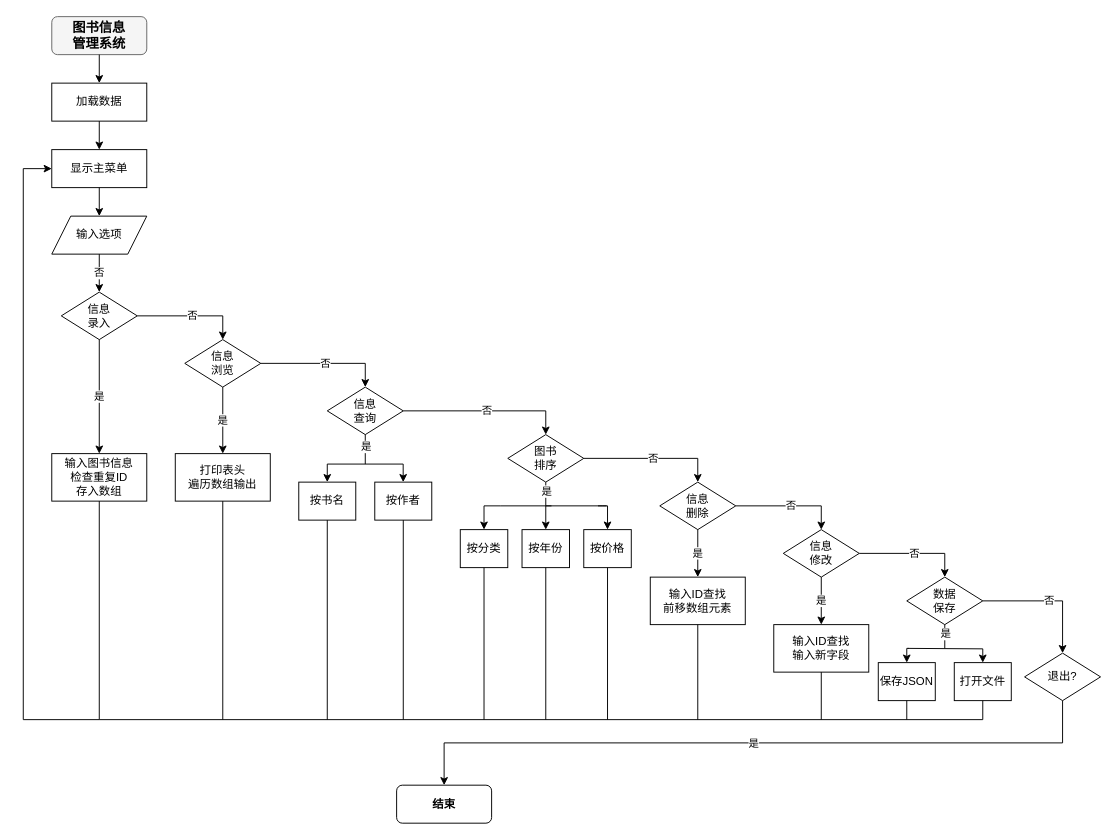
This is 系统流程图.drawio from Futureppo/Library-Information-Management-System, a draw.io file, before an edit. Source tidied: cells renumbered, new cells numbered last; positions are measured from the earlier drawing's top-left corner, leaving out a move shared by most shapes. Both pictures are drawn from the tidied source at 95%, with x=0, y=0 at pixel (23, 16).
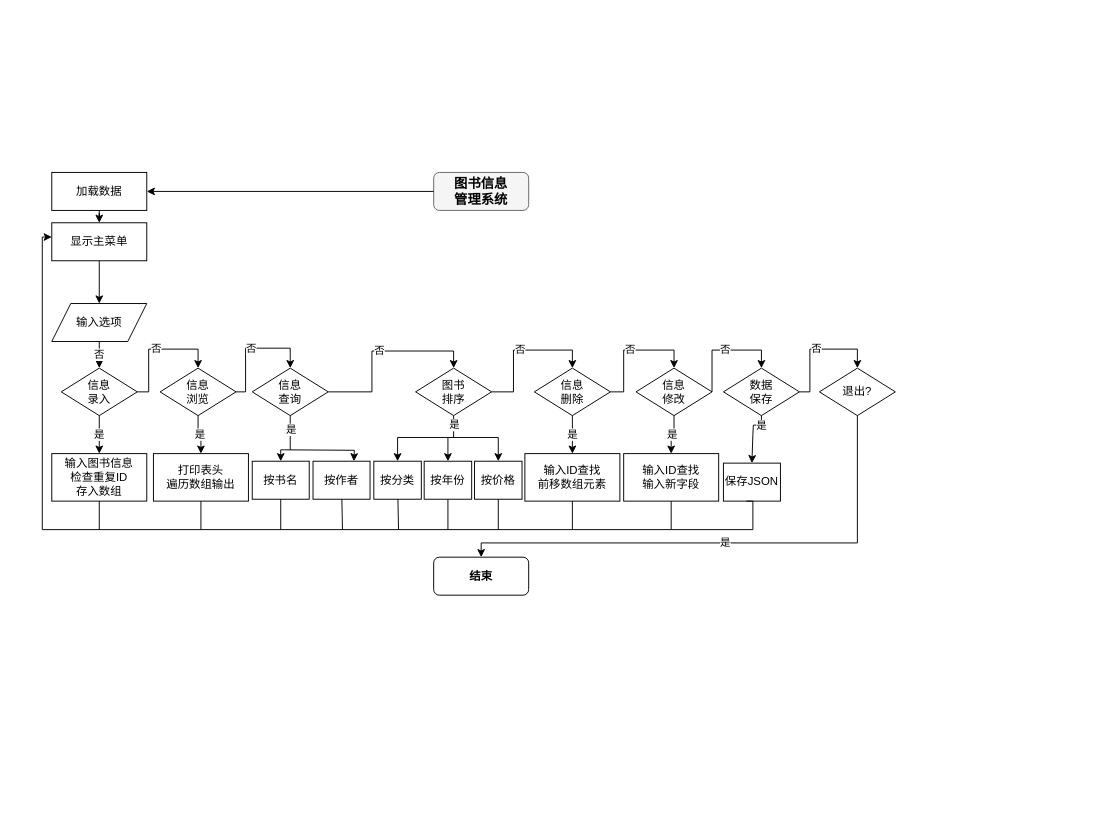
After the change.

Commit message:
Update 系统流程图.drawio

The change refers to these unchanged cells:
```xml
<mxCell id="25" value="输入图书信息&#10;检查重复ID&#10;存入数组" style="rounded=0;whiteSpace=wrap;html=1;" parent="1" vertex="1">
  <mxGeometry x="30" y="460" width="100" height="50" as="geometry" />
</mxCell>
```

Diff of the diagram source:
```diff
@@
     <mxCell id="2" value="&lt;span style=&quot;color: rgb(0, 0, 0); font-size: 14px;&quot;&gt;图书信息&lt;/span&gt;&lt;br style=&quot;color: rgb(63, 63, 63); scrollbar-color: rgb(226, 226, 226) rgb(251, 251, 251); font-size: 14px;&quot;&gt;&lt;span style=&quot;color: rgb(0, 0, 0); font-size: 14px;&quot;&gt;管理系统&lt;/span&gt;" style="rounded=1;whiteSpace=wrap;html=1;fillColor=#f5f5f5;strokeColor=#666666;fontStyle=1;" parent="1" vertex="1">
-      <mxGeometry x="30" width="100" height="40" as="geometry" />
+      <mxGeometry x="432" y="164" width="100" height="40" as="geometry" />
     </mxCell>
     <mxCell id="3" value="加载数据" style="rounded=0;whiteSpace=wrap;html=1;" parent="1" vertex="1">
-      <mxGeometry x="30" y="70" width="100" height="40" as="geometry" />
+      <mxGeometry x="30" y="164" width="100" height="40" as="geometry" />
     </mxCell>
     <mxCell id="4" value="显示主菜单" style="rounded=0;whiteSpace=wrap;html=1;" parent="1" vertex="1">
-      <mxGeometry x="30" y="140" width="100" height="40" as="geometry" />
+      <mxGeometry x="30" y="217" width="100" height="40" as="geometry" />
     </mxCell>
     <mxCell id="5" value="输入选项" style="shape=parallelogram;perimeter=parallelogramPerimeter;whiteSpace=wrap;html=1;fixedSize=1;" parent="1" vertex="1">
-      <mxGeometry x="30" y="210" width="100" height="40" as="geometry" />
+      <mxGeometry x="30" y="302" width="100" height="40" as="geometry" />
     </mxCell>
@@
     <mxCell id="9" value="&lt;span style=&quot;color: rgb(0, 0, 0);&quot;&gt;信息&lt;/span&gt;&lt;br style=&quot;color: rgb(63, 63, 63); scrollbar-color: rgb(226, 226, 226) rgb(251, 251, 251);&quot;&gt;&lt;span style=&quot;color: rgb(0, 0, 0);&quot;&gt;录入&lt;/span&gt;" style="rhombus;whiteSpace=wrap;html=1;" parent="1" vertex="1">
-      <mxGeometry x="40" y="290" width="80" height="50" as="geometry" />
+      <mxGeometry x="40" y="370" width="80" height="50" as="geometry" />
     </mxCell>
     <mxCell id="10" value="&lt;span style=&quot;color: rgb(0, 0, 0);&quot;&gt;信息&lt;/span&gt;&lt;br style=&quot;color: rgb(63, 63, 63); scrollbar-color: rgb(226, 226, 226) rgb(251, 251, 251);&quot;&gt;&lt;span style=&quot;color: rgb(0, 0, 0);&quot;&gt;浏览&lt;/span&gt;" style="rhombus;whiteSpace=wrap;html=1;" parent="1" vertex="1">
-      <mxGeometry x="170" y="340" width="80" height="50" as="geometry" />
+      <mxGeometry x="144" y="370" width="80" height="50" as="geometry" />
     </mxCell>
     <mxCell id="11" value="&lt;span style=&quot;color: rgb(0, 0, 0);&quot;&gt;信息&lt;/span&gt;&lt;br style=&quot;color: rgb(63, 63, 63); scrollbar-color: rgb(226, 226, 226) rgb(251, 251, 251);&quot;&gt;&lt;span style=&quot;color: rgb(0, 0, 0);&quot;&gt;查询&lt;/span&gt;" style="rhombus;whiteSpace=wrap;html=1;" parent="1" vertex="1">
-      <mxGeometry x="320" y="390" width="80" height="50" as="geometry" />
+      <mxGeometry x="241" y="370" width="80" height="50" as="geometry" />
     </mxCell>
     <mxCell id="12" value="&lt;span style=&quot;color: rgb(0, 0, 0);&quot;&gt;图书&lt;/span&gt;&lt;br style=&quot;color: rgb(63, 63, 63); scrollbar-color: rgb(226, 226, 226) rgb(251, 251, 251);&quot;&gt;&lt;span style=&quot;color: rgb(0, 0, 0);&quot;&gt;排序&lt;/span&gt;" style="rhombus;whiteSpace=wrap;html=1;" parent="1" vertex="1">
-      <mxGeometry x="510" y="440" width="80" height="50" as="geometry" />
+      <mxGeometry x="413" y="370" width="80" height="50" as="geometry" />
     </mxCell>
     <mxCell id="13" value="&lt;span style=&quot;color: rgb(0, 0, 0);&quot;&gt;信息&lt;/span&gt;&lt;br style=&quot;color: rgb(63, 63, 63); scrollbar-color: rgb(226, 226, 226) rgb(251, 251, 251);&quot;&gt;&lt;span style=&quot;color: rgb(0, 0, 0);&quot;&gt;删除&lt;/span&gt;" style="rhombus;whiteSpace=wrap;html=1;" parent="1" vertex="1">
-      <mxGeometry x="670" y="490" width="80" height="50" as="geometry" />
+      <mxGeometry x="538" y="370" width="80" height="50" as="geometry" />
     </mxCell>
     <mxCell id="14" value="&lt;span style=&quot;color: rgb(0, 0, 0);&quot;&gt;信息&lt;/span&gt;&lt;br style=&quot;color: rgb(63, 63, 63); scrollbar-color: rgb(226, 226, 226) rgb(251, 251, 251);&quot;&gt;&lt;span style=&quot;color: rgb(0, 0, 0);&quot;&gt;修改&lt;/span&gt;" style="rhombus;whiteSpace=wrap;html=1;" parent="1" vertex="1">
-      <mxGeometry x="800" y="540" width="80" height="50" as="geometry" />
+      <mxGeometry x="645" y="370" width="80" height="50" as="geometry" />
     </mxCell>
     <mxCell id="15" value="&lt;span style=&quot;color: rgb(0, 0, 0);&quot;&gt;数据&lt;/span&gt;&lt;br style=&quot;color: rgb(63, 63, 63); scrollbar-color: rgb(226, 226, 226) rgb(251, 251, 251);&quot;&gt;&lt;span style=&quot;color: rgb(0, 0, 0);&quot;&gt;保存&lt;/span&gt;" style="rhombus;whiteSpace=wrap;html=1;" parent="1" vertex="1">
-      <mxGeometry x="930" y="590" width="80" height="50" as="geometry" />
+      <mxGeometry x="737" y="370" width="80" height="50" as="geometry" />
     </mxCell>
     <mxCell id="16" value="退出?" style="rhombus;whiteSpace=wrap;html=1;" parent="1" vertex="1">
-      <mxGeometry x="1054" y="670" width="80" height="50" as="geometry" />
+      <mxGeometry x="838" y="370" width="80" height="50" as="geometry" />
     </mxCell>
@@
     <mxCell id="18" value="否" style="edgeStyle=orthogonalEdgeStyle;rounded=0;html=1;exitX=1;exitY=0.5;entryX=0.5;entryY=0;" parent="1" edge="1" source="9" target="10">
-      <mxGeometry relative="1" as="geometry" />
+      <mxGeometry relative="1" as="geometry">
+        <Array as="points">
+          <mxPoint x="132" y="395" />
+          <mxPoint x="132" y="350" />
+          <mxPoint x="184" y="350" />
+        </Array>
+      </mxGeometry>
     </mxCell>
     <mxCell id="19" value="否" style="edgeStyle=orthogonalEdgeStyle;rounded=0;html=1;exitX=1;exitY=0.5;entryX=0.5;entryY=0;" parent="1" edge="1" source="10" target="11">
-      <mxGeometry relative="1" as="geometry" />
+      <mxGeometry relative="1" as="geometry">
+        <Array as="points">
+          <mxPoint x="234" y="395" />
+          <mxPoint x="234" y="349" />
+          <mxPoint x="281" y="349" />
+        </Array>
+      </mxGeometry>
     </mxCell>
     <mxCell id="20" value="否" style="edgeStyle=orthogonalEdgeStyle;rounded=0;html=1;exitX=1;exitY=0.5;entryX=0.5;entryY=0;" parent="1" edge="1" source="11" target="12">
-      <mxGeometry relative="1" as="geometry" />
+      <mxGeometry relative="1" as="geometry">
+        <Array as="points">
+          <mxPoint x="367" y="395" />
+          <mxPoint x="367" y="352" />
+          <mxPoint x="453" y="352" />
+        </Array>
+      </mxGeometry>
     </mxCell>
     <mxCell id="21" value="否" style="edgeStyle=orthogonalEdgeStyle;rounded=0;html=1;exitX=1;exitY=0.5;entryX=0.5;entryY=0;" parent="1" edge="1" source="12" target="13">
-      <mxGeometry relative="1" as="geometry" />
+      <mxGeometry relative="1" as="geometry">
+        <Array as="points">
+          <mxPoint x="516" y="395" />
+          <mxPoint x="516" y="351" />
+          <mxPoint x="578" y="351" />
+        </Array>
+      </mxGeometry>
     </mxCell>
     <mxCell id="22" value="否" style="edgeStyle=orthogonalEdgeStyle;rounded=0;html=1;exitX=1;exitY=0.5;entryX=0.5;entryY=0;" parent="1" edge="1" source="13" target="14">
-      <mxGeometry relative="1" as="geometry" />
+      <mxGeometry relative="1" as="geometry">
+        <Array as="points">
+          <mxPoint x="632" y="395" />
+          <mxPoint x="632" y="351" />
+          <mxPoint x="685" y="351" />
+        </Array>
+      </mxGeometry>
     </mxCell>
-    <mxCell id="23" value="否" style="edgeStyle=orthogonalEdgeStyle;rounded=0;html=1;exitX=1;exitY=0.5;entryX=0.5;entryY=0;" parent="1" edge="1" source="14" target="15">
-      <mxGeometry relative="1" as="geometry" />
+    <mxCell id="23" value="否" style="edgeStyle=elbowEdgeStyle;rounded=0;html=1;exitX=1;exitY=0.5;entryX=0.5;entryY=0;" parent="1" edge="1" source="14" target="15">
+      <mxGeometry relative="1" as="geometry">
+        <Array as="points">
+          <mxPoint x="750" y="351" />
+        </Array>
+      </mxGeometry>
     </mxCell>
     <mxCell id="24" value="否" style="edgeStyle=orthogonalEdgeStyle;rounded=0;html=1;exitX=1;exitY=0.5;entryX=0.5;entryY=0;" parent="1" edge="1" source="15" target="16">
-      <mxGeometry relative="1" as="geometry" />
+      <mxGeometry relative="1" as="geometry">
+        <Array as="points">
+          <mxPoint x="828" y="395" />
+          <mxPoint x="828" y="350" />
+          <mxPoint x="878" y="350" />
+        </Array>
+      </mxGeometry>
     </mxCell>
@@
     <mxCell id="27" value="打印表头&#10;遍历数组输出" style="rounded=0;whiteSpace=wrap;html=1;" parent="1" vertex="1">
-      <mxGeometry x="160" y="460" width="100" height="50" as="geometry" />
+      <mxGeometry x="137" y="460" width="100" height="50" as="geometry" />
     </mxCell>
@@
     <mxCell id="29" value="按书名" style="rounded=0;whiteSpace=wrap;html=1;" parent="1" vertex="1">
-      <mxGeometry x="290" y="490" width="60" height="40" as="geometry" />
+      <mxGeometry x="241" y="468" width="60" height="40" as="geometry" />
     </mxCell>
     <mxCell id="30" value="按作者" style="rounded=0;whiteSpace=wrap;html=1;" parent="1" vertex="1">
-      <mxGeometry x="370" y="490" width="60" height="40" as="geometry" />
+      <mxGeometry x="305" y="468" width="60" height="40" as="geometry" />
     </mxCell>
     <mxCell id="31" style="edgeStyle=orthogonalEdgeStyle;rounded=0;html=1;entryX=0.5;entryY=0;" parent="1" edge="1" target="29">
       <mxGeometry relative="1" as="geometry">
-        <mxPoint x="320" y="471" as="sourcePoint" />
+        <mxPoint x="275" y="456" as="sourcePoint" />
       </mxGeometry>
     </mxCell>
-    <mxCell id="32" style="edgeStyle=orthogonalEdgeStyle;rounded=0;html=1;entryX=0.5;entryY=0;" parent="1" edge="1">
+    <mxCell id="32" style="rounded=0;html=1;edgeStyle=orthogonalEdgeStyle;" parent="1" edge="1">
       <mxGeometry relative="1" as="geometry">
-        <mxPoint x="320" y="471" as="sourcePoint" />
-        <mxPoint x="399.9" y="490" as="targetPoint" />
-        <Array as="points">
-          <mxPoint x="400" y="471" />
-        </Array>
+        <mxPoint x="275" y="456" as="sourcePoint" />
+        <mxPoint x="348" y="468" as="targetPoint" />
       </mxGeometry>
     </mxCell>
     <mxCell id="33" value="按分类" style="rounded=0;whiteSpace=wrap;html=1;" parent="1" vertex="1">
-      <mxGeometry x="460" y="540" width="50" height="40" as="geometry" />
+      <mxGeometry x="369" y="468" width="50" height="40" as="geometry" />
     </mxCell>
     <mxCell id="34" value="按年份" style="rounded=0;whiteSpace=wrap;html=1;" parent="1" vertex="1">
-      <mxGeometry x="525" y="540" width="50" height="40" as="geometry" />
+      <mxGeometry x="422" y="468" width="50" height="40" as="geometry" />
     </mxCell>
     <mxCell id="35" value="按价格" style="rounded=0;whiteSpace=wrap;html=1;" parent="1" vertex="1">
-      <mxGeometry x="590" y="540" width="50" height="40" as="geometry" />
+      <mxGeometry x="475" y="468" width="50" height="40" as="geometry" />
     </mxCell>
     <mxCell id="36" style="edgeStyle=orthogonalEdgeStyle;rounded=0;html=1;entryX=0.5;entryY=0;" parent="1" edge="1" target="33">
       <mxGeometry relative="1" as="geometry">
-        <mxPoint x="614" y="515" as="sourcePoint" />
+        <mxPoint x="500" y="443" as="sourcePoint" />
         <Array as="points">
-          <mxPoint x="502" y="515" />
-          <mxPoint x="485" y="515" />
+          <mxPoint x="425" y="443" />
+          <mxPoint x="408" y="443" />
         </Array>
       </mxGeometry>
     </mxCell>
-    <mxCell id="37" style="edgeStyle=orthogonalEdgeStyle;rounded=0;html=1;entryX=0.5;entryY=0;" parent="1" edge="1" target="34">
+    <mxCell id="37" style="rounded=0;html=1;entryX=0.5;entryY=0;" parent="1" edge="1" target="34">
       <mxGeometry relative="1" as="geometry">
-        <mxPoint x="556" y="515" as="sourcePoint" />
-        <Array as="points">
-          <mxPoint x="550" y="515" />
-        </Array>
+        <mxPoint x="447" y="443" as="sourcePoint" />
       </mxGeometry>
     </mxCell>
-    <mxCell id="38" style="edgeStyle=orthogonalEdgeStyle;rounded=0;html=1;entryX=0.5;entryY=0;" parent="1" edge="1" target="35">
+    <mxCell id="38" style="rounded=0;html=1;entryX=0.5;entryY=0;" parent="1" edge="1" target="35">
       <mxGeometry relative="1" as="geometry">
-        <mxPoint x="605" y="515" as="sourcePoint" />
-        <Array as="points">
-          <mxPoint x="610" y="515" />
-          <mxPoint x="615" y="515" />
-        </Array>
+        <mxPoint x="500" y="443" as="sourcePoint" />
       </mxGeometry>
     </mxCell>
     <mxCell id="39" value="输入ID查找&#10;前移数组元素" style="rounded=0;whiteSpace=wrap;html=1;" parent="1" vertex="1">
-      <mxGeometry x="660" y="590" width="100" height="50" as="geometry" />
+      <mxGeometry x="528" y="460" width="100" height="50" as="geometry" />
     </mxCell>
@@
     <mxCell id="41" value="输入ID查找&#10;输入新字段" style="rounded=0;whiteSpace=wrap;html=1;" parent="1" vertex="1">
-      <mxGeometry x="790" y="640" width="100" height="50" as="geometry" />
+      <mxGeometry x="632" y="460" width="100" height="50" as="geometry" />
     </mxCell>
@@
     <mxCell id="43" value="保存JSON" style="rounded=0;whiteSpace=wrap;html=1;" parent="1" vertex="1">
-      <mxGeometry x="900" y="680" width="60" height="40" as="geometry" />
+      <mxGeometry x="737" y="470" width="60" height="40" as="geometry" />
     </mxCell>
-    <mxCell id="44" value="打开文件" style="rounded=0;whiteSpace=wrap;html=1;" parent="1" vertex="1">
-      <mxGeometry x="980" y="680" width="60" height="40" as="geometry" />
-    </mxCell>
-    <mxCell id="45" style="edgeStyle=orthogonalEdgeStyle;rounded=0;html=1;entryX=0.5;entryY=0;" parent="1" edge="1" target="43">
+    <mxCell id="45" style="rounded=0;html=1;entryX=0.5;entryY=0;" parent="1" edge="1" target="43">
       <mxGeometry relative="1" as="geometry">
-        <mxPoint x="932" y="665" as="sourcePoint" />
+        <mxPoint x="768" y="440" as="sourcePoint" />
       </mxGeometry>
     </mxCell>
-    <mxCell id="46" style="edgeStyle=orthogonalEdgeStyle;rounded=0;html=1;entryX=0.5;entryY=0;" parent="1" edge="1" target="44">
-      <mxGeometry relative="1" as="geometry">
-        <mxPoint x="931" y="665" as="sourcePoint" />
-      </mxGeometry>
-    </mxCell>
     <mxCell id="47" value="结束" style="rounded=1;whiteSpace=wrap;html=1;fontStyle=1;" parent="1" vertex="1">
-      <mxGeometry x="393" y="809" width="100" height="40" as="geometry" />
+      <mxGeometry x="432" y="569" width="100" height="40" as="geometry" />
     </mxCell>
     <mxCell id="48" value="是" style="edgeStyle=orthogonalEdgeStyle;rounded=0;html=1;exitX=0.5;exitY=1;entryX=0.5;entryY=0;" parent="1" edge="1" source="16" target="47">
-      <mxGeometry relative="1" as="geometry" />
+      <mxGeometry relative="1" as="geometry">
+        <Array as="points">
+          <mxPoint x="878" y="420" />
+          <mxPoint x="878" y="554" />
+          <mxPoint x="355" y="554" />
+        </Array>
+      </mxGeometry>
     </mxCell>
-    <mxCell id="49" style="endArrow=none;html=1;rounded=0;" parent="1" edge="1">
-      <mxGeometry relative="1" as="geometry">
-        <mxPoint x="80" y="740" as="sourcePoint" />
-        <mxPoint x="1010" y="740" as="targetPoint" />
-      </mxGeometry>
-    </mxCell>
-    <mxCell id="50" style="endArrow=none;html=1;entryX=0.5;entryY=1;" parent="1" edge="1" source="25">
+    <mxCell id="50" style="endArrow=none;html=1;" parent="1" edge="1" source="25">
       <mxGeometry relative="1" as="geometry">
-        <mxPoint x="80" y="740" as="targetPoint" />
+        <mxPoint x="80" y="540" as="targetPoint" />
       </mxGeometry>
     </mxCell>
-    <mxCell id="51" style="endArrow=none;html=1;entryX=0.5;entryY=1;" parent="1" edge="1" source="27">
+    <mxCell id="51" style="endArrow=none;html=1;" parent="1" edge="1" source="27">
       <mxGeometry relative="1" as="geometry">
-        <mxPoint x="210" y="740" as="targetPoint" />
+        <mxPoint x="187" y="540" as="targetPoint" />
       </mxGeometry>
     </mxCell>
-    <mxCell id="52" style="endArrow=none;html=1;entryX=0.5;entryY=1;" parent="1" edge="1" source="29">
+    <mxCell id="52" style="endArrow=none;html=1;" parent="1" edge="1" source="29">
       <mxGeometry relative="1" as="geometry">
-        <mxPoint x="320" y="740" as="targetPoint" />
+        <mxPoint x="271" y="540" as="targetPoint" />
       </mxGeometry>
     </mxCell>
-    <mxCell id="53" style="endArrow=none;html=1;entryX=0.5;entryY=1;" parent="1" edge="1" source="30">
+    <mxCell id="53" style="endArrow=none;html=1;" parent="1" edge="1" source="30">
       <mxGeometry relative="1" as="geometry">
-        <mxPoint x="400" y="740" as="targetPoint" />
+        <mxPoint x="336" y="540" as="targetPoint" />
       </mxGeometry>
     </mxCell>
-    <mxCell id="54" style="endArrow=none;html=1;entryX=0.5;entryY=1;" parent="1" edge="1" source="33">
+    <mxCell id="54" style="endArrow=none;html=1;" parent="1" edge="1" source="33">
       <mxGeometry relative="1" as="geometry">
-        <mxPoint x="485" y="740" as="targetPoint" />
+        <mxPoint x="395" y="540" as="targetPoint" />
       </mxGeometry>
     </mxCell>
-    <mxCell id="55" style="endArrow=none;html=1;entryX=0.5;entryY=1;" parent="1" edge="1" source="34">
+    <mxCell id="55" style="endArrow=none;html=1;" parent="1" edge="1" source="34">
       <mxGeometry relative="1" as="geometry">
-        <mxPoint x="550" y="740" as="targetPoint" />
+        <mxPoint x="447" y="540" as="targetPoint" />
       </mxGeometry>
     </mxCell>
-    <mxCell id="56" style="endArrow=none;html=1;entryX=0.5;entryY=1;" parent="1" edge="1" source="35">
+    <mxCell id="56" style="endArrow=none;html=1;" parent="1" edge="1" source="35">
       <mxGeometry relative="1" as="geometry">
-        <mxPoint x="615" y="740" as="targetPoint" />
+        <mxPoint x="500" y="540" as="targetPoint" />
       </mxGeometry>
     </mxCell>
-    <mxCell id="57" style="endArrow=none;html=1;entryX=0.5;entryY=1;" parent="1" edge="1" source="39">
+    <mxCell id="57" style="endArrow=none;html=1;" parent="1" edge="1" source="39">
       <mxGeometry relative="1" as="geometry">
-        <mxPoint x="710" y="740" as="targetPoint" />
+        <mxPoint x="578" y="540" as="targetPoint" />
       </mxGeometry>
     </mxCell>
-    <mxCell id="58" style="endArrow=none;html=1;entryX=0.5;entryY=1;" parent="1" edge="1" source="41">
+    <mxCell id="58" style="endArrow=none;html=1;" parent="1" edge="1" source="41">
       <mxGeometry relative="1" as="geometry">
-        <mxPoint x="840" y="740" as="targetPoint" />
+        <mxPoint x="682" y="540" as="targetPoint" />
       </mxGeometry>
     </mxCell>
-    <mxCell id="59" style="endArrow=none;html=1;entryX=0.5;entryY=1;" parent="1" edge="1" source="43">
-      <mxGeometry relative="1" as="geometry">
-        <mxPoint x="930" y="740" as="targetPoint" />
-      </mxGeometry>
-    </mxCell>
-    <mxCell id="60" style="endArrow=none;html=1;entryX=0.5;entryY=1;" parent="1" edge="1" source="44">
-      <mxGeometry relative="1" as="geometry">
-        <mxPoint x="1010" y="740" as="targetPoint" />
-      </mxGeometry>
-    </mxCell>
-    <mxCell id="61" style="edgeStyle=orthogonalEdgeStyle;rounded=0;html=1;entryX=0;entryY=0.5;" parent="1" edge="1" target="4">
+    <mxCell id="61" style="edgeStyle=orthogonalEdgeStyle;rounded=0;html=1;exitX=0.403;exitY=1.001;exitDx=0;exitDy=0;exitPerimeter=0;" parent="1" edge="1" source="43" target="4">
       <mxGeometry relative="1" as="geometry">
-        <mxPoint x="80" y="740" as="sourcePoint" />
         <Array as="points">
-          <mxPoint y="740" />
-          <mxPoint y="160" />
+          <mxPoint x="768" y="510" />
+          <mxPoint x="768" y="540" />
+          <mxPoint x="20" y="540" />
+          <mxPoint x="20" y="232" />
         </Array>
       </mxGeometry>
     </mxCell>
     <mxCell id="62" style="endArrow=none;html=1;entryX=0.5;entryY=1;entryDx=0;entryDy=0;" parent="1" edge="1" target="11">
       <mxGeometry relative="1" as="geometry">
-        <mxPoint x="360" y="471" as="sourcePoint" />
+        <mxPoint x="281" y="456" as="sourcePoint" />
       </mxGeometry>
     </mxCell>
@@
     <mxCell id="64" style="endArrow=none;html=1;entryX=0.5;entryY=1;entryDx=0;entryDy=0;" parent="1" edge="1" target="12">
       <mxGeometry relative="1" as="geometry">
-        <mxPoint x="550" y="515" as="sourcePoint" />
+        <mxPoint x="453" y="443" as="sourcePoint" />
       </mxGeometry>
     </mxCell>
@@
-    <mxCell id="66" style="endArrow=none;html=1;entryX=0.5;entryY=1;entryDx=0;entryDy=0;" parent="1" edge="1" target="15">
+    <mxCell id="66" style="endArrow=none;html=1;entryX=0.5;entryY=1;entryDx=0;entryDy=0;edgeStyle=orthogonalEdgeStyle;rounded=0;curved=0;" parent="1" edge="1" target="15">
       <mxGeometry relative="1" as="geometry">
-        <mxPoint x="970" y="665" as="sourcePoint" />
+        <mxPoint x="768" y="440" as="sourcePoint" />
       </mxGeometry>
     </mxCell>
```
